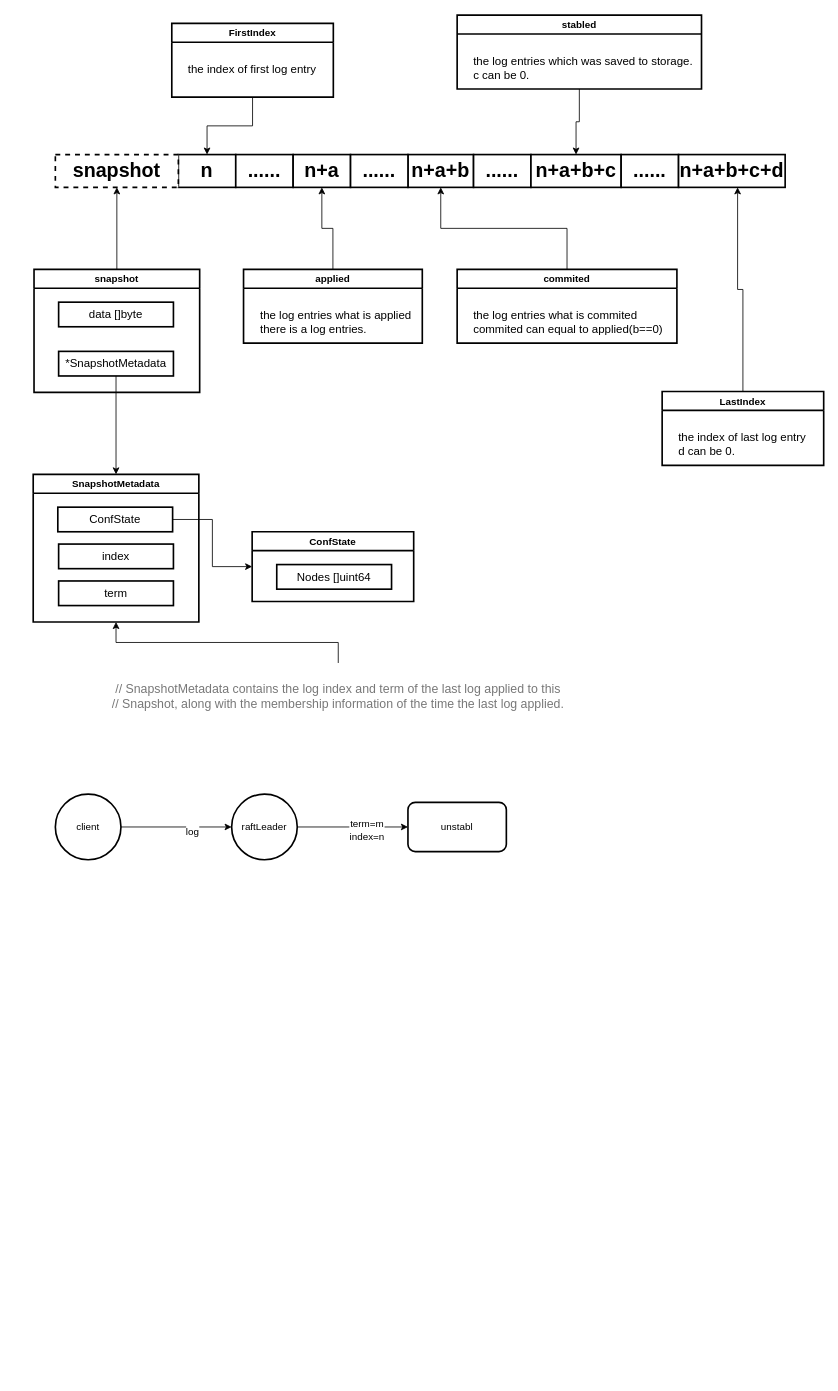
This is doc/raft.drawio from dsg-uwaterloo/TinyKV, a draw.io file, before an edit. Source tidied: cells renumbered, new cells numbered last; positions are measured from the earlier drawing's top-left corner, leaving out a move shared by most shapes. Both pictures are drawn from the tidied source at 82%, with x=0, y=0 at pixel (14, 15).
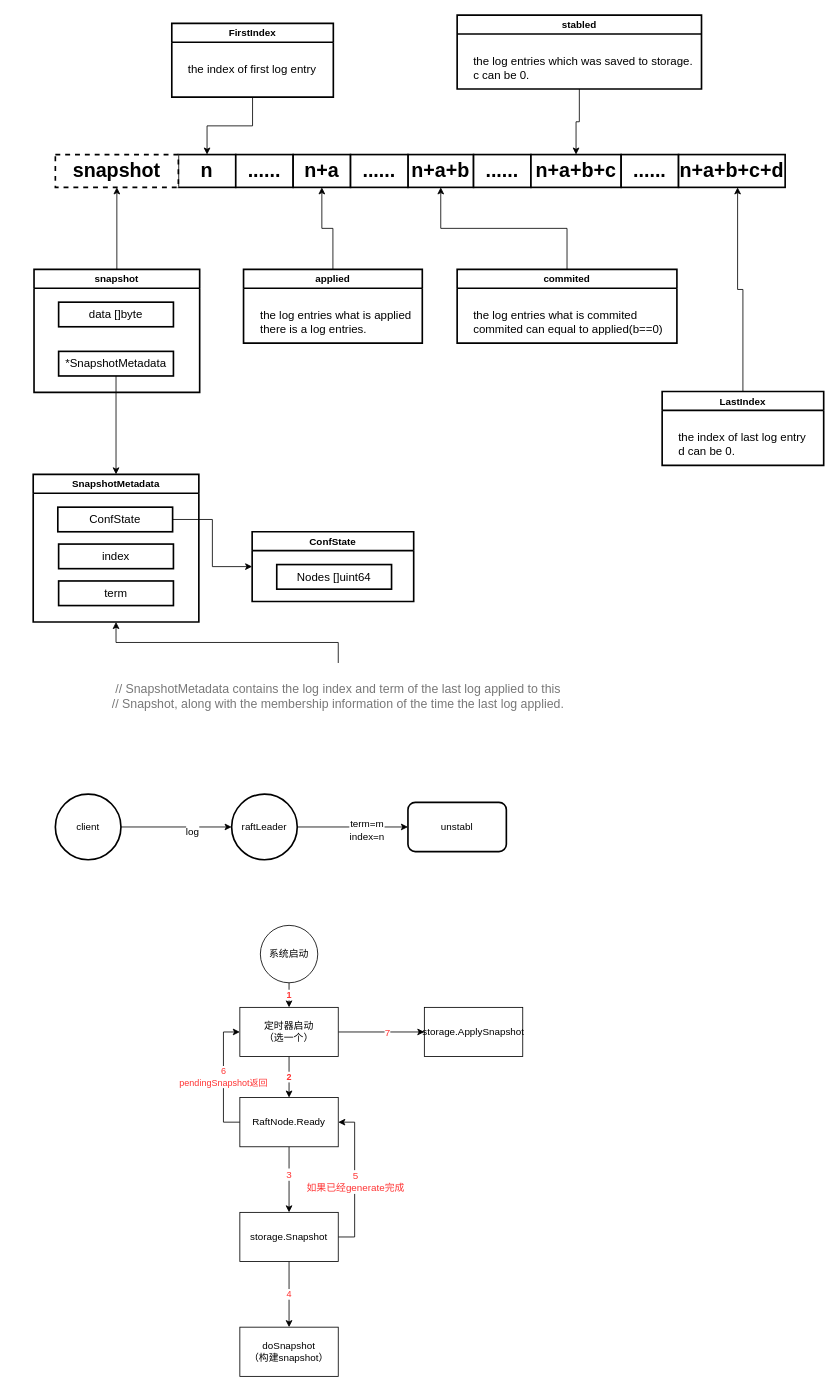
The same diagram, later.

The edit, as a diff of the source:
```diff
@@
+    <mxCell id="48" value="1" style="edgeStyle=orthogonalEdgeStyle;rounded=0;jettySize=auto;html=1;exitX=0.5;exitY=1;exitDx=0;exitDy=0;fontColor=#FF3333;fontStyle=1;" parent="1" edge="1" source="49" target="53">
+      <mxGeometry relative="1" as="geometry" />
+    </mxCell>
+    <mxCell id="49" value="系统启动" style="ellipse;whiteSpace=wrap;html=1;" parent="1" vertex="1">
+      <mxGeometry x="300" y="1110" width="70" height="70" as="geometry" />
+    </mxCell>
+    <mxCell id="50" value="2" style="edgeStyle=orthogonalEdgeStyle;rounded=0;jettySize=auto;html=1;fontStyle=1;fontColor=#FF3333;" parent="1" edge="1" source="53" target="57">
+      <mxGeometry relative="1" as="geometry" />
+    </mxCell>
+    <mxCell id="51" style="edgeStyle=orthogonalEdgeStyle;rounded=0;jettySize=auto;html=1;fontColor=#FF3333;" parent="1" edge="1" source="53" target="63">
+      <mxGeometry relative="1" as="geometry" />
+    </mxCell>
+    <mxCell id="52" value="7" style="text;html=1;align=center;verticalAlign=middle;labelBackgroundColor=#ffffff;fontColor=#FF3333;" parent="51" vertex="1">
+      <mxGeometry x="0.12" y="-1" relative="1" as="geometry" />
+    </mxCell>
+    <mxCell id="53" value="定时器启动&lt;br&gt;（选一个）" style="rounded=0;whiteSpace=wrap;html=1;" parent="1" vertex="1">
+      <mxGeometry x="275" y="1210" width="120" height="60" as="geometry" />
+    </mxCell>
+    <mxCell id="54" style="edgeStyle=orthogonalEdgeStyle;rounded=0;jettySize=auto;html=1;" parent="1" edge="1" source="57" target="61">
+      <mxGeometry relative="1" as="geometry" />
+    </mxCell>
+    <mxCell id="55" value="3" style="text;html=1;align=center;verticalAlign=middle;labelBackgroundColor=#ffffff;fontColor=#FF3333;" parent="54" vertex="1">
+      <mxGeometry x="-0.17" y="-1" relative="1" as="geometry" />
+    </mxCell>
+    <mxCell id="56" value="6&lt;br&gt;pendingSnapshot返回" style="edgeStyle=orthogonalEdgeStyle;rounded=0;jettySize=auto;html=1;entryX=0;entryY=0.5;entryDx=0;entryDy=0;fontColor=#FF3333;" parent="1" edge="1" source="57" target="53">
+      <mxGeometry relative="1" as="geometry">
+        <Array as="points">
+          <mxPoint x="255" y="1350" />
+          <mxPoint x="255" y="1240" />
+        </Array>
+      </mxGeometry>
+    </mxCell>
+    <mxCell id="57" value="RaftNode.Ready" style="rounded=0;whiteSpace=wrap;html=1;" parent="1" vertex="1">
+      <mxGeometry x="275" y="1320" width="120" height="60" as="geometry" />
+    </mxCell>
+    <mxCell id="58" value="4" style="edgeStyle=orthogonalEdgeStyle;rounded=0;jettySize=auto;html=1;fontColor=#FF3333;" parent="1" edge="1" source="61" target="62">
+      <mxGeometry relative="1" as="geometry" />
+    </mxCell>
+    <mxCell id="59" style="edgeStyle=orthogonalEdgeStyle;rounded=0;jettySize=auto;html=1;entryX=1;entryY=0.5;entryDx=0;entryDy=0;fontColor=#FF3333;" parent="1" edge="1" source="61" target="57">
+      <mxGeometry relative="1" as="geometry">
+        <Array as="points">
+          <mxPoint x="415" y="1490" />
+          <mxPoint x="415" y="1350" />
+        </Array>
+      </mxGeometry>
+    </mxCell>
+    <mxCell id="60" value="5&lt;br&gt;如果已经generate完成" style="text;html=1;align=center;verticalAlign=middle;labelBackgroundColor=#ffffff;fontColor=#FF3333;" parent="59" vertex="1">
+      <mxGeometry x="-0.02" relative="1" as="geometry" />
+    </mxCell>
+    <mxCell id="61" value="storage.Snapshot" style="rounded=0;whiteSpace=wrap;html=1;" parent="1" vertex="1">
+      <mxGeometry x="275" y="1460" width="120" height="60" as="geometry" />
+    </mxCell>
+    <mxCell id="62" value="doSnapshot&lt;br&gt;（构建snapshot）" style="rounded=0;whiteSpace=wrap;html=1;" parent="1" vertex="1">
+      <mxGeometry x="275" y="1600" width="120" height="60" as="geometry" />
+    </mxCell>
+    <mxCell id="63" value="storage.ApplySnapshot" style="rounded=0;whiteSpace=wrap;html=1;" parent="1" vertex="1">
+      <mxGeometry x="500" y="1210" width="120" height="60" as="geometry" />
+    </mxCell>
```
